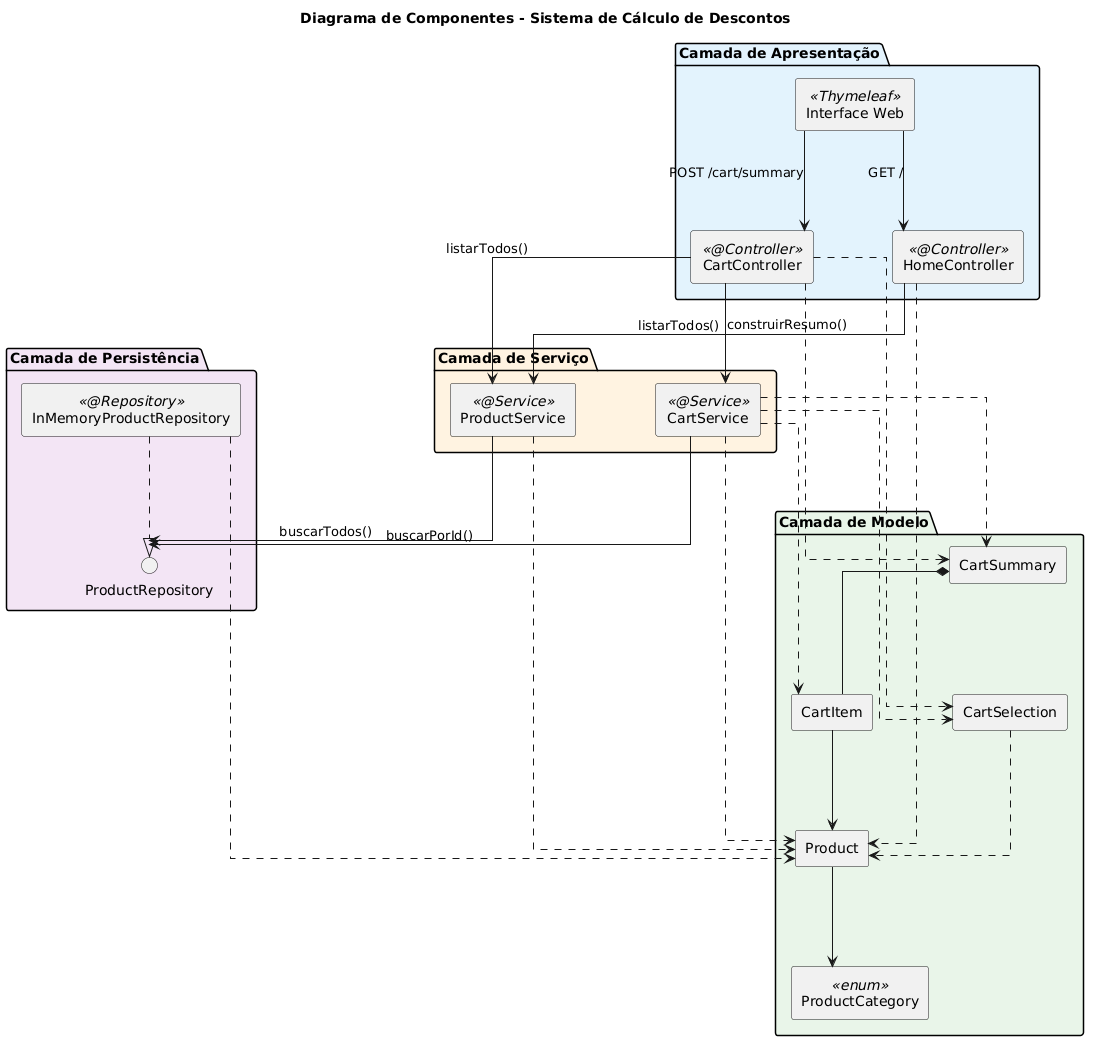
Earlier version of the PlantUML export docs/DiagramaComponentes.png (phmoreiraf/ProjetoTCCCalcudoraDescontos_AchCamadas).
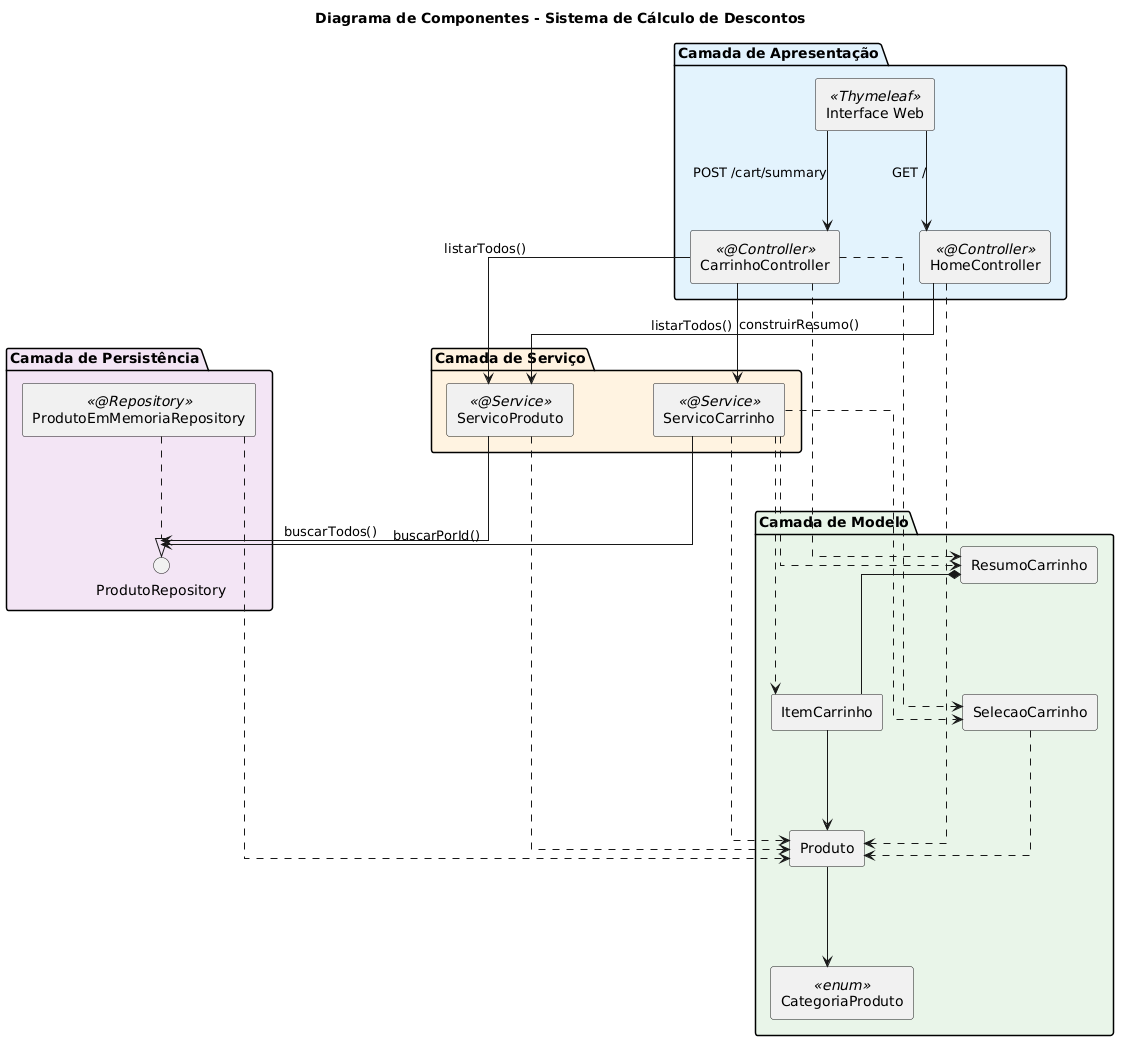
The same file after the commit.

The edit, as a diff of the source:
```diff
@@ -14,26 +14,26 @@
 
 package "Camada de Apresentação" LIGHTBLUE {
   component "HomeController" as HC <<@Controller>>
-  component "CartController" as CC <<@Controller>>
+  component "CarrinhoController" as CC <<@Controller>>
   component "Interface Web" as UI <<Thymeleaf>>
 }
 
 package "Camada de Serviço" LIGHTORANGE {
-  component "ProductService" as PS <<@Service>>
-  component "CartService" as CS <<@Service>>
+  component "ServicoProduto" as PS <<@Service>>
+  component "ServicoCarrinho" as CS <<@Service>>
 }
 
 package "Camada de Persistência" LIGHTPURPLE {
-  interface "ProductRepository" as PR
-  component "InMemoryProductRepository" as IMPR <<@Repository>>
+  interface "ProdutoRepository" as PR
+  component "ProdutoEmMemoriaRepository" as IMPR <<@Repository>>
 }
 
 package "Camada de Modelo" LIGHTGREEN {
-  component "Product" as P
-  component "ProductCategory" as PC <<enum>>
-  component "CartSelection" as CSel
-  component "CartItem" as CI
-  component "CartSummary" as CSummary
+  component "Produto" as P
+  component "CategoriaProduto" as PC <<enum>>
+  component "SelecaoCarrinho" as CSel
+  component "ItemCarrinho" as CI
+  component "ResumoCarrinho" as CSummary
 }
 
 UI --> HC : GET /
```
